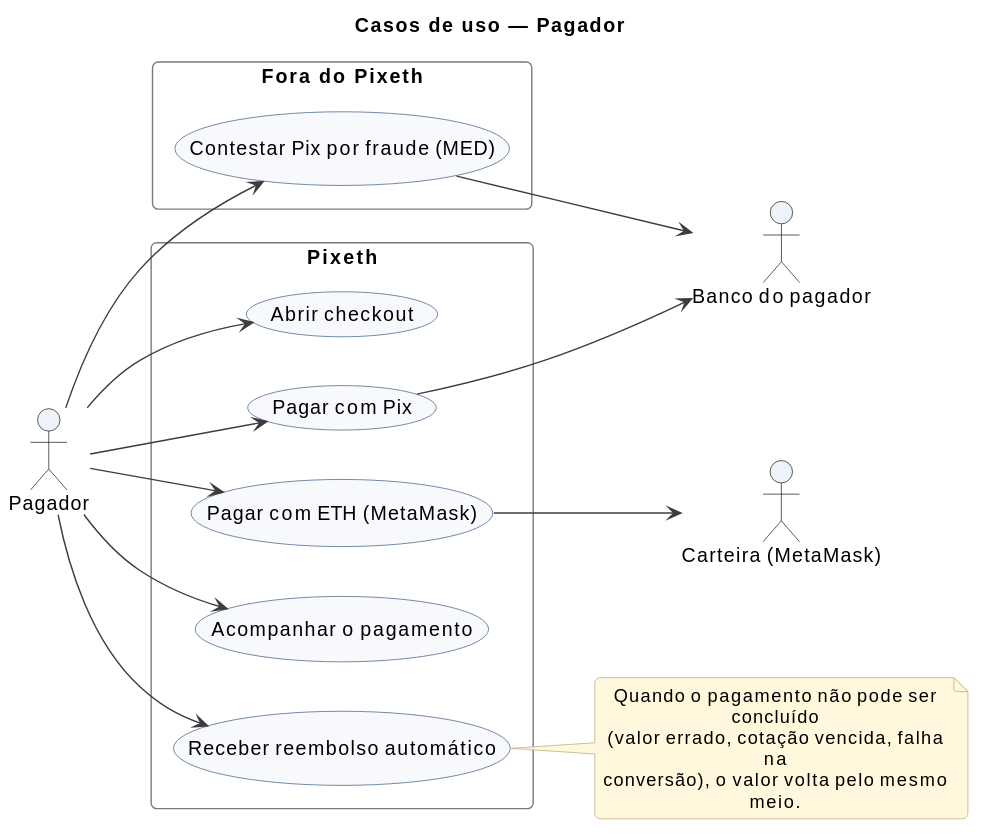
The PlantUML diagram docs/diagrams/svg/casos-de-uso/uc-pagador.svg in BrunoViotto18/Pixeth, before a commit. Source of this version:
```plantuml
@startuml
!include ../_estilo.iuml

title Casos de uso — Pagador

left to right direction

actor "Pagador" as P
actor "Banco do pagador" as Banco
actor "Carteira (MetaMask)" as Carteira

rectangle "Pixeth" {
  usecase "Abrir checkout" as UC_Checkout
  usecase "Pagar com Pix" as UC_PagarPix
  usecase "Pagar com ETH (MetaMask)" as UC_PagarEth
  usecase "Acompanhar o pagamento" as UC_Estado
  usecase "Receber reembolso automático" as UC_Reembolso
}

rectangle "Fora do Pixeth" {
  usecase "Contestar Pix por fraude (MED)" as UC_Med
}

P --> UC_Checkout
P --> UC_PagarPix
P --> UC_PagarEth
P --> UC_Estado
P --> UC_Reembolso
P --> UC_Med
UC_PagarPix --> Banco
UC_PagarEth --> Carteira
UC_Med --> Banco

note right of UC_Reembolso
  Quando o pagamento não pode ser concluído
  (valor errado, cotação vencida, falha na
  conversão), o valor volta pelo mesmo meio.
end note
@enduml
```
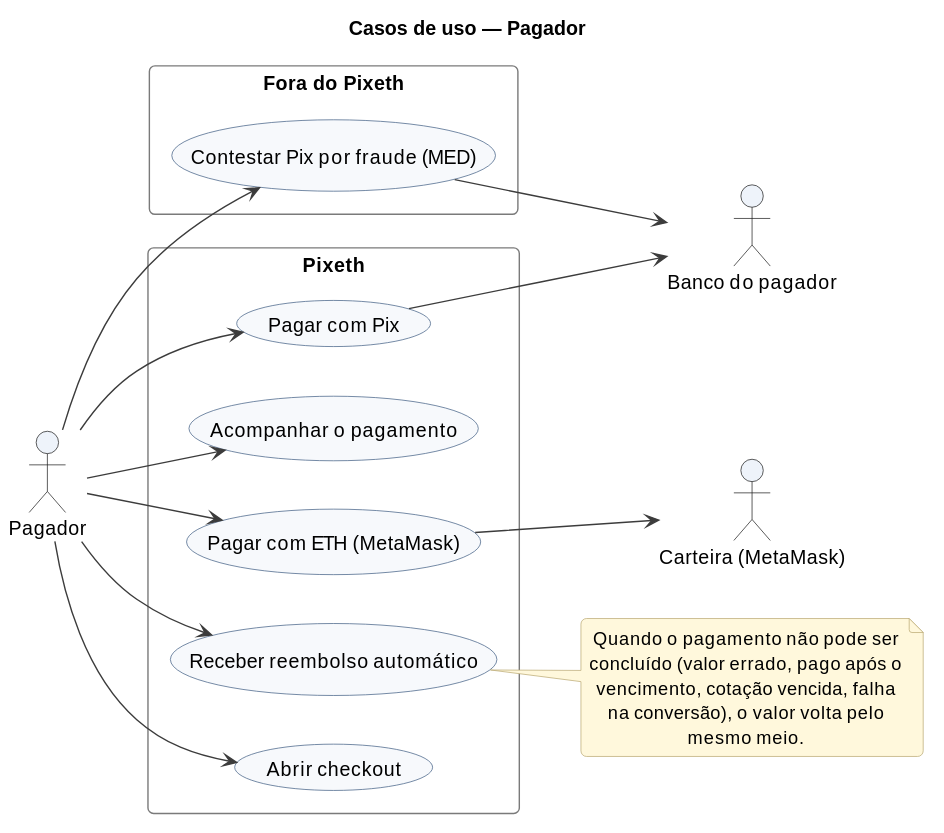
The same file after the commit.

Change to the diagram source:
```diff
@@ -32,8 +32,10 @@
 UC_Med --> Banco
 
 note right of UC_Reembolso
-  Quando o pagamento não pode ser concluído
-  (valor errado, cotação vencida, falha na
-  conversão), o valor volta pelo mesmo meio.
+  Quando o pagamento não pode ser
+  concluído (valor errado, pago após o
+  vencimento, cotação vencida, falha
+  na conversão), o valor volta pelo
+  mesmo meio.
 end note
 @enduml
```
